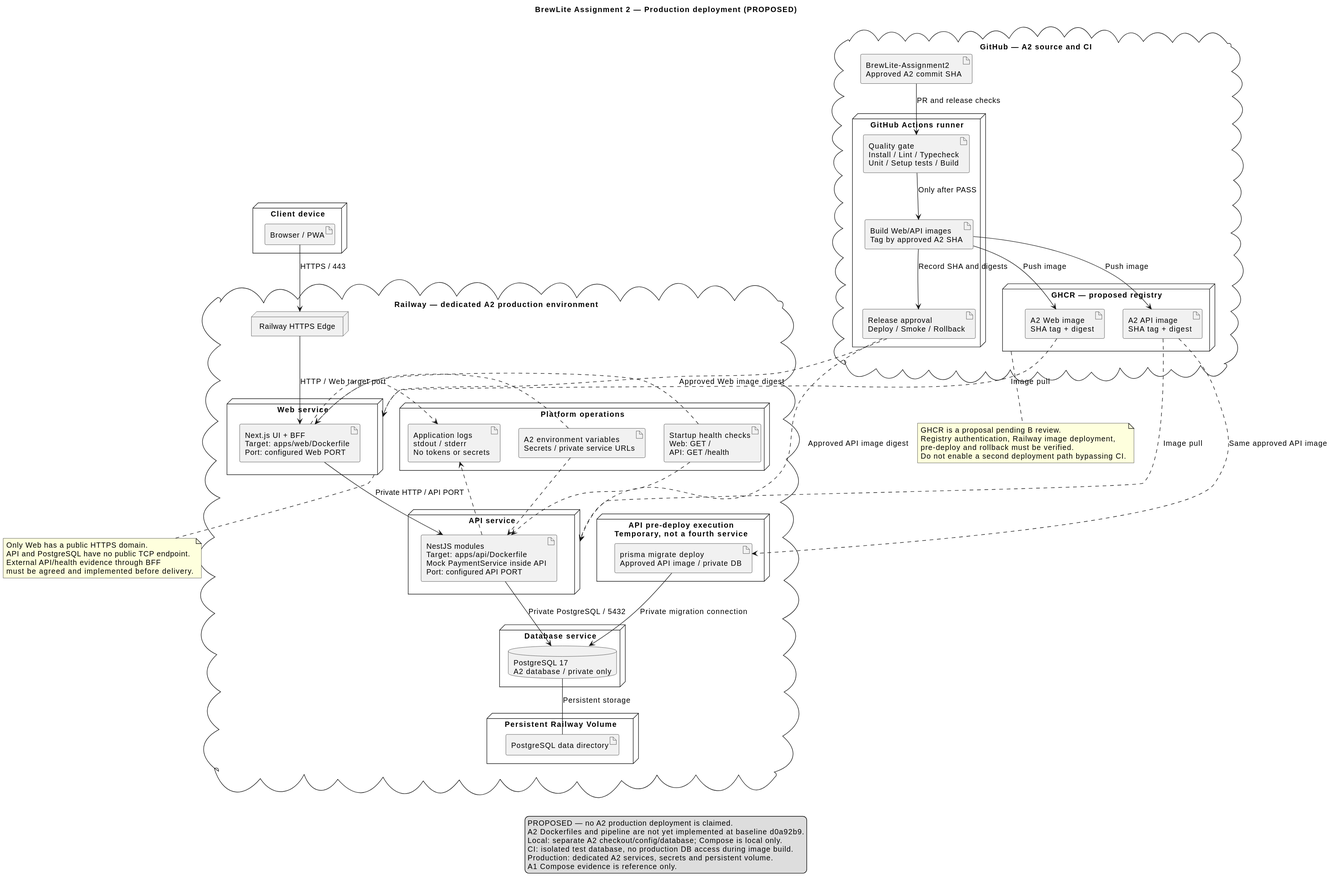
Earlier version of the PlantUML export docs/assignment2/deployment-production.svg (giabaot400-boop/BrewLite-Assignment2).
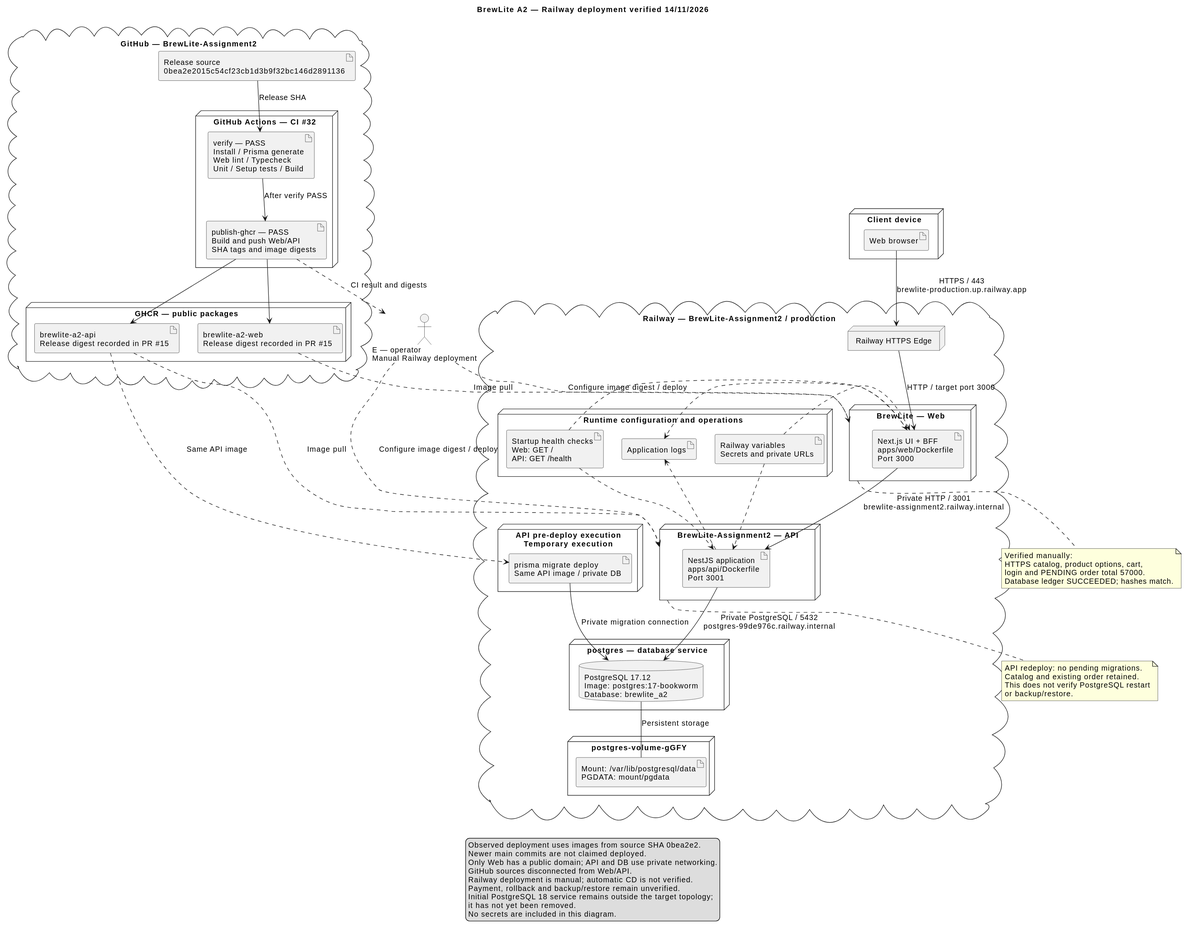
After the commit.

Commit message:
docs(a2): align deployment design with verified Railway release

The edit, as a diff of the source:
```diff
@@ -1,5 +1,5 @@
 @startuml
-title BrewLite Assignment 2 — Production deployment (PROPOSED)
+title BrewLite A2 — Railway deployment verified 14/11/2026
 top to bottom direction
 skinparam componentStyle uml2
 skinparam defaultFontSize 14
@@ -7,71 +7,72 @@
 skinparam ranksep 45
 
 node "Client device" {
-  artifact "Browser / PWA" as browser
+  artifact "Web browser" as browser
 }
 
-cloud "GitHub — A2 source and CI" {
-  artifact "BrewLite-Assignment2\nApproved A2 commit SHA" as repo
+cloud "GitHub — BrewLite-Assignment2" {
+  artifact "Release source\n0bea2e2015c54cf23cb1d3b9f32bc146d2891136" as repo
 
-  node "GitHub Actions runner" {
-    artifact "Quality gate\nInstall / Lint / Typecheck\nUnit / Setup tests / Build" as gate
-    artifact "Build Web/API images\nTag by approved A2 SHA" as build
-    artifact "Release approval\nDeploy / Smoke / Rollback" as cd
+  node "GitHub Actions — CI #32" {
+    artifact "verify — PASS\nInstall / Prisma generate\nWeb lint / Typecheck\nUnit / Setup tests / Build" as gate
+    artifact "publish-ghcr — PASS\nBuild and push Web/API\nSHA tags and image digests" as publish
   }
 
-  node "GHCR — proposed registry" as registry {
-    artifact "A2 Web image\nSHA tag + digest" as webImage
-    artifact "A2 API image\nSHA tag + digest" as apiImage
+  node "GHCR — public packages" {
+    artifact "brewlite-a2-web\nRelease digest recorded in PR #15" as webImage
+    artifact "brewlite-a2-api\nRelease digest recorded in PR #15" as apiImage
   }
 }
 
-cloud "Railway — dedicated A2 production environment" {
+actor "E — operator\nManual Railway deployment" as operator
+
+cloud "Railway — BrewLite-Assignment2 / production" {
   node "Railway HTTPS Edge" as edge
 
-  node "Web service" as web {
-    artifact "Next.js UI + BFF\nTarget: apps/web/Dockerfile\nPort: configured Web PORT" as next
+  node "BrewLite — Web" as web {
+    artifact "Next.js UI + BFF\napps/web/Dockerfile\nPort 3000" as next
   }
 
-  node "API service" as api {
-    artifact "NestJS modules\nTarget: apps/api/Dockerfile\nMock PaymentService inside API\nPort: configured API PORT" as nest
+  node "BrewLite-Assignment2 — API" as api {
+    artifact "NestJS application\napps/api/Dockerfile\nPort 3001" as nest
   }
 
-  node "Database service" {
-    database "PostgreSQL 17\nA2 database / private only" as pg
+  node "postgres — database service" {
+    database "PostgreSQL 17.12\nImage: postgres:17-bookworm\nDatabase: brewlite_a2" as pg
   }
 
-  node "Persistent Railway Volume" {
-    artifact "PostgreSQL data directory" as data
+  node "postgres-volume-gGFY" {
+    artifact "Mount: /var/lib/postgresql/data\nPGDATA: mount/pgdata" as data
   }
 
-  node "API pre-deploy execution\nTemporary, not a fourth service" {
-    artifact "prisma migrate deploy\nApproved API image / private DB" as migrate
+  node "API pre-deploy execution\nTemporary execution" {
+    artifact "prisma migrate deploy\nSame API image / private DB" as migrate
   }
 
-  node "Platform operations" {
-    artifact "A2 environment variables\nSecrets / private service URLs" as config
+  node "Runtime configuration and operations" {
+    artifact "Railway variables\nSecrets and private URLs" as config
     artifact "Startup health checks\nWeb: GET /\nAPI: GET /health" as health
-    artifact "Application logs\nstdout / stderr\nNo tokens or secrets" as logs
+    artifact "Application logs" as logs
   }
 }
 
-browser --> edge : HTTPS / 443
-edge --> next : HTTP / Web target port
-next --> nest : Private HTTP / API PORT
-nest --> pg : Private PostgreSQL / 5432
-pg -- data : Persistent storage
-
-repo --> gate : PR and release checks
-gate --> build : Only after PASS
-build --> webImage : Push image
-build --> apiImage : Push image
-build --> cd : Record SHA and digests
-cd ..> web : Approved Web image digest
-cd ..> api : Approved API image digest
+repo --> gate : Release SHA
+gate --> publish : After verify PASS
+publish --> webImage
+publish --> apiImage
+publish ..> operator : CI result and digests
+operator ..> web : Configure image digest / deploy
+operator ..> api : Configure image digest / deploy
 webImage ..> web : Image pull
 apiImage ..> api : Image pull
-apiImage ..> migrate : Same approved API image
+apiImage ..> migrate : Same API image
+
+browser --> edge : HTTPS / 443\nbrewlite-production.up.railway.app
+edge --> next : HTTP / target port 3000
+next --> nest : Private HTTP / 3001\nbrewlite-assignment2.railway.internal
+nest --> pg : Private PostgreSQL / 5432\npostgres-99de976c.railway.internal
 migrate --> pg : Private migration connection
+pg -- data : Persistent storage
 
 config ..> next
 config ..> nest
@@ -80,26 +81,29 @@
 next ..> logs
 nest ..> logs
 
-note bottom of registry
-GHCR is a proposal pending B review.
-Registry authentication, Railway image deployment,
-pre-deploy and rollback must be verified.
-Do not enable a second deployment path bypassing CI.
+note bottom of web
+Verified manually:
+HTTPS catalog, product options, cart,
+login and PENDING order total 57000.
+Database ledger SUCCEEDED; hashes match.
 end note
 
-note bottom of web
-Only Web has a public HTTPS domain.
-API and PostgreSQL have no public TCP endpoint.
-External API/health evidence through BFF
-must be agreed and implemented before delivery.
+note bottom of api
+API redeploy: no pending migrations.
+Catalog and existing order retained.
+This does not verify PostgreSQL restart
+or backup/restore.
 end note
 
 legend bottom
-PROPOSED — no A2 production deployment is claimed.
-A2 Dockerfiles and pipeline are not yet implemented at baseline d0a92b9.
-Local: separate A2 checkout/config/database; Compose is local only.
-CI: isolated test database, no production DB access during image build.
-Production: dedicated A2 services, secrets and persistent volume.
-A1 Compose evidence is reference only.
+Observed deployment uses images from source SHA 0bea2e2.
+Newer main commits are not claimed deployed.
+Only Web has a public domain; API and DB use private networking.
+GitHub sources disconnected from Web/API.
+Railway deployment is manual; automatic CD is not verified.
+Payment, rollback and backup/restore remain unverified.
+Initial PostgreSQL 18 service remains outside the target topology;
+it has not yet been removed.
+No secrets are included in this diagram.
 endlegend
 @enduml
```
